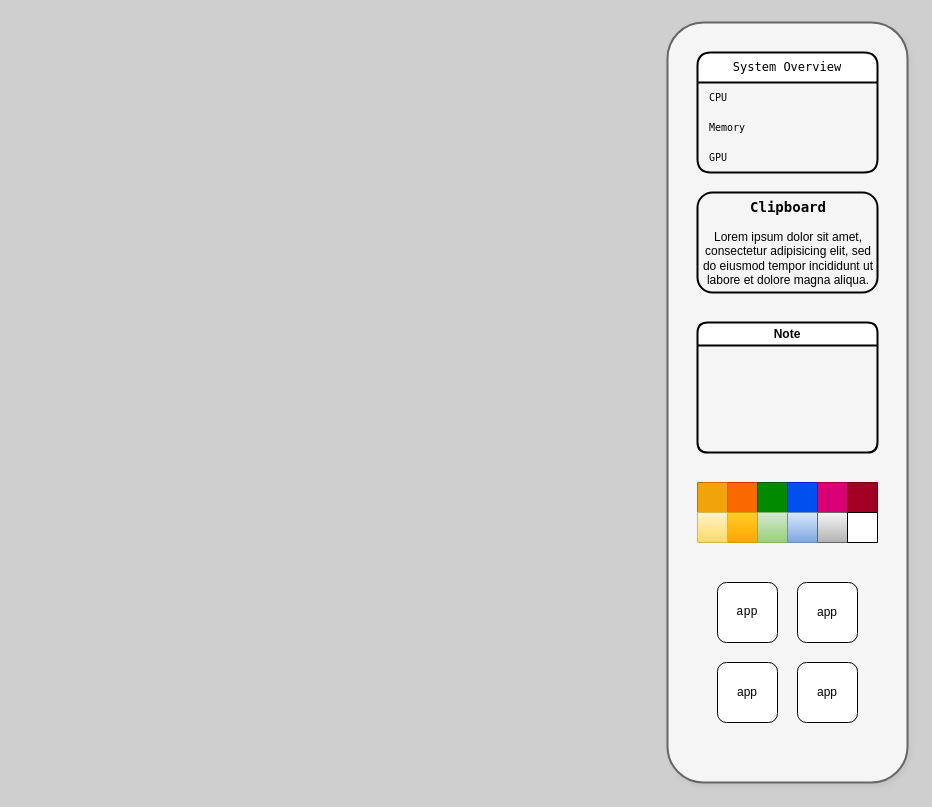
Earlier version of the draw.io diagram syster-wireframe.drawio (wjbetech/syster). Source tidied: cells renumbered, new cells numbered last; positions are measured from the earlier drawing's top-left corner, leaving out a move shared by most shapes. Both pictures are drawn from the tidied source at 100%, with x=0, y=0 at pixel (667, 22).
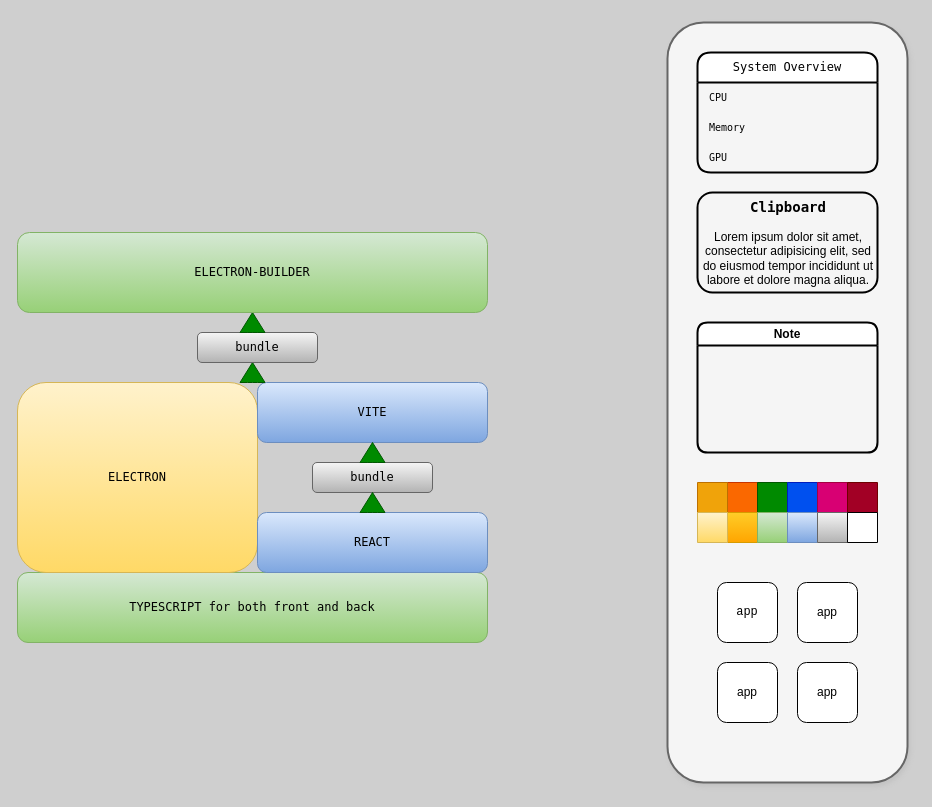
The same page after the edit.

Commit message:
loose app architecture

The edit, as a diff of the source:
```diff
@@
+    <mxCell id="27" value="&lt;font face=&quot;Lucida Console&quot;&gt;TYPESCRIPT for both front and back&lt;/font&gt;" style="rounded=1;whiteSpace=wrap;html=1;fillColor=#d5e8d4;strokeColor=#82b366;gradientColor=#97d077;" parent="1" vertex="1">
+      <mxGeometry x="-650" y="550" width="470" height="70" as="geometry" />
+    </mxCell>
+    <mxCell id="28" value="ELECTRON" style="rounded=1;whiteSpace=wrap;html=1;fontFamily=Lucida Console;fillColor=#fff2cc;strokeColor=#d6b656;gradientColor=#ffd966;" parent="1" vertex="1">
+      <mxGeometry x="-650" y="360" width="240" height="190" as="geometry" />
+    </mxCell>
+    <mxCell id="29" value="REACT" style="rounded=1;whiteSpace=wrap;html=1;fontFamily=Lucida Console;fillColor=#dae8fc;gradientColor=#7ea6e0;strokeColor=#6c8ebf;" parent="1" vertex="1">
+      <mxGeometry x="-410" y="490" width="230" height="60" as="geometry" />
+    </mxCell>
+    <mxCell id="30" value="&lt;font face=&quot;Lucida Console&quot;&gt;bundle&lt;/font&gt;" style="rounded=1;whiteSpace=wrap;html=1;fillColor=#f5f5f5;gradientColor=#b3b3b3;strokeColor=#666666;" parent="1" vertex="1">
+      <mxGeometry x="-355" y="440" width="120" height="30" as="geometry" />
+    </mxCell>
+    <mxCell id="31" value="VITE" style="rounded=1;whiteSpace=wrap;html=1;fontFamily=Lucida Console;fillColor=#dae8fc;gradientColor=#7ea6e0;strokeColor=#6c8ebf;" parent="1" vertex="1">
+      <mxGeometry x="-410" y="360" width="230" height="60" as="geometry" />
+    </mxCell>
+    <mxCell id="32" style="html=1;shadow=0;dashed=0;align=center;verticalAlign=middle;shape=mxgraph.arrows2.arrow;dy=0.6;dx=40;direction=north;notch=0;fillColor=#008a00;strokeColor=#005700;fontColor=#ffffff;" parent="1" vertex="1">
+      <mxGeometry x="-307.5" y="470" width="25" height="20" as="geometry" />
+    </mxCell>
+    <mxCell id="33" style="html=1;shadow=0;dashed=0;align=center;verticalAlign=middle;shape=mxgraph.arrows2.arrow;dy=0.6;dx=40;direction=north;notch=0;fillColor=#008a00;fontColor=#ffffff;strokeColor=#005700;" parent="1" vertex="1">
+      <mxGeometry x="-307.5" y="420" width="25" height="20" as="geometry" />
+    </mxCell>
+    <mxCell id="34" style="html=1;shadow=0;dashed=0;align=center;verticalAlign=middle;shape=mxgraph.arrows2.arrow;dy=0.6;dx=40;direction=north;notch=0;fillColor=#008a00;fontColor=#ffffff;strokeColor=#005700;" parent="1" vertex="1">
+      <mxGeometry x="-427.5" y="340" width="25" height="20" as="geometry" />
+    </mxCell>
+    <mxCell id="35" value="&lt;font face=&quot;Lucida Console&quot;&gt;bundle&lt;/font&gt;" style="rounded=1;whiteSpace=wrap;html=1;fillColor=#f5f5f5;gradientColor=#b3b3b3;strokeColor=#666666;" parent="1" vertex="1">
+      <mxGeometry x="-470" y="310" width="120" height="30" as="geometry" />
+    </mxCell>
+    <mxCell id="36" style="html=1;shadow=0;dashed=0;align=center;verticalAlign=middle;shape=mxgraph.arrows2.arrow;dy=0.6;dx=40;direction=north;notch=0;fillColor=#008a00;fontColor=#ffffff;strokeColor=#005700;" parent="1" vertex="1">
+      <mxGeometry x="-427.5" y="290" width="25" height="20" as="geometry" />
+    </mxCell>
+    <mxCell id="37" value="&lt;div style=&quot;&quot;&gt;&lt;span style=&quot;background-color: initial;&quot;&gt;ELECTRON-BUILDER&lt;/span&gt;&lt;/div&gt;" style="rounded=1;whiteSpace=wrap;html=1;fontFamily=Lucida Console;align=center;fillColor=#d5e8d4;gradientColor=#97d077;strokeColor=#82b366;" parent="1" vertex="1">
+      <mxGeometry x="-650" y="210" width="470" height="80" as="geometry" />
+    </mxCell>
```
